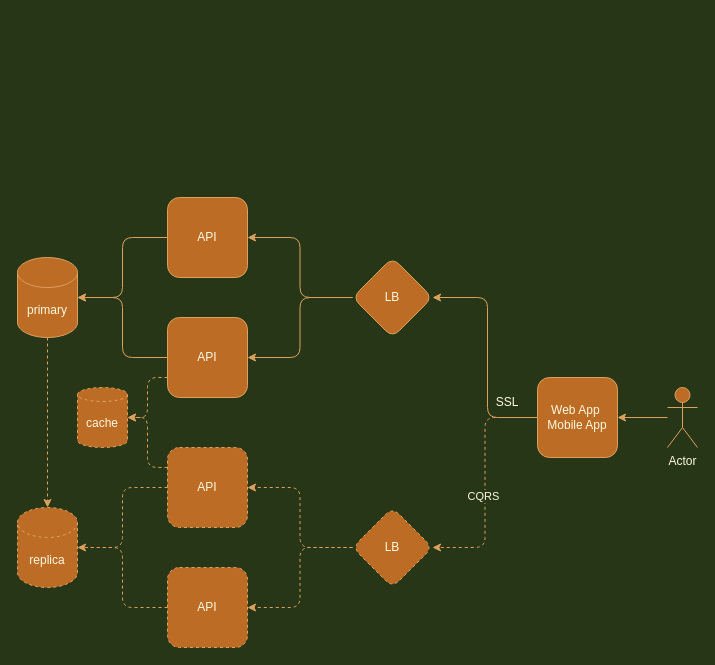
Above: Net Worth Calculator.drawio in ravikumarrao/net-worth-calculator (draw.io), before the change. Source tidied: cells renumbered, new cells numbered last; positions are measured from the earlier drawing's top-left corner, leaving out a move shared by most shapes. Both pictures are drawn from the tidied source at 100%, with x=0, y=0 at pixel (17, 197).
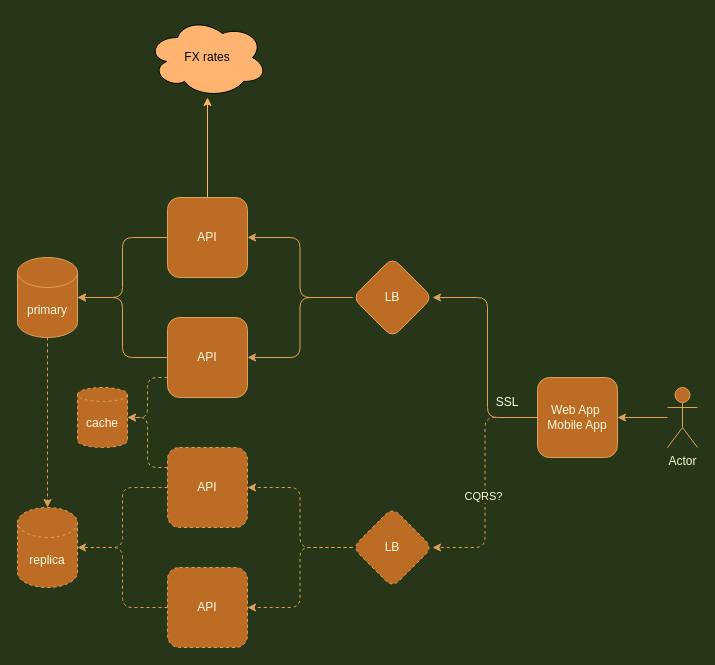
The same page after the edit.

Unchanged cells that the change refers to:
```xml
<mxCell id="3" value="API" style="whiteSpace=wrap;html=1;fillColor=#BC6C25;strokeColor=#DDA15E;fontColor=#FEFAE0;rounded=1;" parent="1" vertex="1">
  <mxGeometry x="150" width="80" height="80" as="geometry" />
</mxCell>
<mxCell id="15" style="edgeStyle=orthogonalEdgeStyle;curved=0;rounded=1;sketch=0;jettySize=auto;html=1;exitX=0;exitY=0.5;exitDx=0;exitDy=0;entryX=1;entryY=0.5;entryDx=0;entryDy=0;fontColor=#FEFAE0;strokeColor=#DDA15E;fillColor=#BC6C25;dashed=1;" parent="1" edge="1" source="17" target="24">
  <mxGeometry relative="1" as="geometry" />
</mxCell>
```

Diff of the diagram source:
```diff
@@
+    <mxCell id="29" style="edgeStyle=orthogonalEdgeStyle;rounded=0;jettySize=auto;html=1;strokeColor=#FFB570;" parent="1" edge="1" source="3" target="30">
+      <mxGeometry relative="1" as="geometry" />
+    </mxCell>
@@
-    <mxCell id="16" value="CQRS" style="edgeLabel;html=1;align=center;verticalAlign=middle;fontColor=#FEFAE0;labelBackgroundColor=#283618;" parent="15" vertex="1">
+    <mxCell id="16" value="CQRS?" style="edgeLabel;html=1;align=center;verticalAlign=middle;fontColor=#FEFAE0;labelBackgroundColor=#283618;" parent="15" vertex="1">
       <mxGeometry x="0.11" y="-2" relative="1" as="geometry">
         <mxPoint y="1" as="offset" />
       </mxGeometry>
     </mxCell>
@@
+    <mxCell id="30" value="FX rates" style="ellipse;shape=cloud;whiteSpace=wrap;html=1;fillColor=#FFB570;" parent="1" vertex="1">
+      <mxGeometry x="130" y="-180" width="120" height="80" as="geometry" />
+    </mxCell>
```
